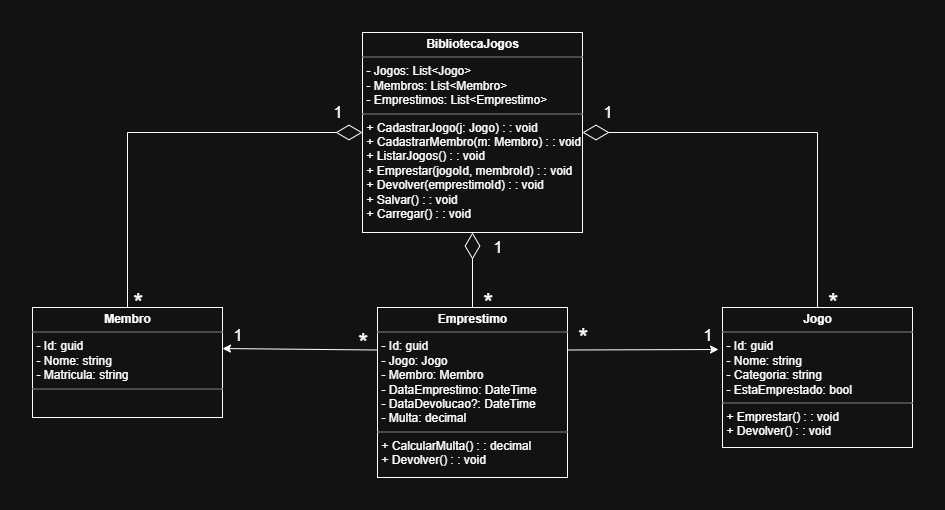
Before: Ludoteca/diagramas/Diagrama-Ludoteca.png, a diagram exported from draw.io (JuniorWSoares/Ludoteca-.Net). Source tidied: cells renumbered, new cells last; positions are measured from the earlier drawing's top-left corner, leaving out a move shared by most shapes. Its diagram source:
```xml
<mxGraphModel>
  <root>
    <mxCell id="0" />
    <mxCell id="1" parent="0" />
    <mxCell id="2" value="&lt;p style=&quot;margin:0px;margin-top:4px;text-align:center;&quot;&gt;&lt;b&gt;Jogo&lt;/b&gt;&lt;/p&gt;&lt;hr size=&quot;1&quot; style=&quot;border-style:solid;&quot;&gt;&lt;p style=&quot;margin:0px;margin-left:4px;&quot;&gt;- Id: guid&lt;/p&gt;&lt;p style=&quot;margin:0px;margin-left:4px;&quot;&gt;- Nome: string&lt;/p&gt;&lt;p style=&quot;margin:0px;margin-left:4px;&quot;&gt;- Categoria: string&lt;/p&gt;&lt;p style=&quot;margin:0px;margin-left:4px;&quot;&gt;- EstaEmprestado: bool&lt;/p&gt;&lt;hr size=&quot;1&quot; style=&quot;border-style:solid;&quot;&gt;&lt;p style=&quot;margin:0px;margin-left:4px;&quot;&gt;+ Emprestar() : : void&lt;br&gt;+ Devolver() : : void&lt;/p&gt;" style="verticalAlign=top;align=left;overflow=fill;html=1;whiteSpace=wrap;" parent="1" vertex="1">
      <mxGeometry x="690" y="275" width="190" height="140" as="geometry" />
    </mxCell>
    <mxCell id="3" value="&lt;p style=&quot;margin:0px;margin-top:4px;text-align:center;&quot;&gt;&lt;b&gt;Membro&lt;/b&gt;&lt;/p&gt;&lt;hr size=&quot;1&quot; style=&quot;border-style:solid;&quot;&gt;&lt;p style=&quot;margin:0px;margin-left:4px;&quot;&gt;- Id: guid&amp;nbsp; &amp;nbsp; &amp;nbsp; &amp;nbsp; &amp;nbsp;&lt;/p&gt;&lt;p style=&quot;margin:0px;margin-left:4px;&quot;&gt;- Nome: string&amp;nbsp; &amp;nbsp;&amp;nbsp;&lt;/p&gt;&lt;p style=&quot;margin:0px;margin-left:4px;&quot;&gt;- Matricula: string&lt;br&gt;&lt;/p&gt;&lt;hr size=&quot;1&quot; style=&quot;border-style:solid;&quot;&gt;&lt;p style=&quot;margin:0px;margin-left:4px;&quot;&gt;&lt;br&gt;&lt;/p&gt;" style="verticalAlign=top;align=left;overflow=fill;html=1;whiteSpace=wrap;" parent="1" vertex="1">
      <mxGeometry y="275" width="190" height="110" as="geometry" />
    </mxCell>
    <mxCell id="4" value="&lt;p style=&quot;margin:0px;margin-top:4px;text-align:center;&quot;&gt;&lt;b&gt;Emprestimo&lt;/b&gt;&lt;/p&gt;&lt;hr size=&quot;1&quot; style=&quot;border-style:solid;&quot;&gt;&lt;p style=&quot;margin:0px;margin-left:4px;&quot;&gt;- Id: guid&lt;span style=&quot;background-color: transparent; color: light-dark(rgb(0, 0, 0), rgb(255, 255, 255));&quot;&gt;&amp;nbsp; &amp;nbsp;&lt;/span&gt;&lt;/p&gt;&lt;p style=&quot;margin:0px;margin-left:4px;&quot;&gt;- Jogo: Jogo&amp;nbsp; &amp;nbsp; &amp;nbsp;&amp;nbsp;&lt;/p&gt;&lt;p style=&quot;margin:0px;margin-left:4px;&quot;&gt;- Membro: Membro&amp;nbsp;&amp;nbsp;&lt;/p&gt;&lt;p style=&quot;margin:0px;margin-left:4px;&quot;&gt;- DataEmprestimo: DateTime&amp;nbsp;&lt;/p&gt;&lt;p style=&quot;margin:0px;margin-left:4px;&quot;&gt;- DataDevolucao?: DateTime&amp;nbsp;&lt;/p&gt;&lt;p style=&quot;margin:0px;margin-left:4px;&quot;&gt;- Multa: decimal&amp;nbsp;&lt;/p&gt;&lt;hr size=&quot;1&quot; style=&quot;border-style:solid;&quot;&gt;&lt;p style=&quot;margin:0px;margin-left:4px;&quot;&gt;+ CalcularMulta() : : decimal&amp;nbsp;&lt;/p&gt;&lt;p style=&quot;margin:0px;margin-left:4px;&quot;&gt;+ Devolver() : : void&lt;/p&gt;" style="verticalAlign=top;align=left;overflow=fill;html=1;whiteSpace=wrap;" parent="1" vertex="1">
      <mxGeometry x="345" y="275" width="190" height="170" as="geometry" />
    </mxCell>
    <mxCell id="5" value="&lt;p style=&quot;margin:0px;margin-top:4px;text-align:center;&quot;&gt;&lt;b&gt;BibliotecaJogos&lt;/b&gt;&lt;/p&gt;&lt;hr size=&quot;1&quot; style=&quot;border-style:solid;&quot;&gt;&lt;p style=&quot;margin:0px;margin-left:4px;&quot;&gt;- Jogos: List&amp;lt;Jogo&amp;gt;&amp;nbsp;&lt;/p&gt;&lt;p style=&quot;margin:0px;margin-left:4px;&quot;&gt;- Membros: List&amp;lt;Membro&amp;gt;&amp;nbsp;&lt;/p&gt;&lt;p style=&quot;margin:0px;margin-left:4px;&quot;&gt;&lt;span style=&quot;background-color: transparent;&quot;&gt;- Emprestimos: List&amp;lt;Emprestimo&amp;gt;&lt;/span&gt;&lt;span style=&quot;background-color: transparent; color: light-dark(rgb(0, 0, 0), rgb(255, 255, 255));&quot;&gt;&amp;nbsp;&lt;/span&gt;&lt;/p&gt;&lt;hr size=&quot;1&quot; style=&quot;border-style:solid;&quot;&gt;&lt;p style=&quot;margin:0px;margin-left:4px;&quot;&gt;+ CadastrarJogo(j: Jogo) : : void&lt;/p&gt;&lt;p style=&quot;margin:0px;margin-left:4px;&quot;&gt;+ CadastrarMembro(m: Membro) : : void&lt;/p&gt;&lt;p style=&quot;margin:0px;margin-left:4px;&quot;&gt;+ ListarJogos() : : void&amp;nbsp;&lt;/p&gt;&lt;p style=&quot;margin:0px;margin-left:4px;&quot;&gt;+ Emprestar(jogoId, membroId) : : void&amp;nbsp;&lt;/p&gt;&lt;p style=&quot;margin:0px;margin-left:4px;&quot;&gt;+ Devolver(emprestimoId) : : void&amp;nbsp;&lt;/p&gt;&lt;p style=&quot;margin:0px;margin-left:4px;&quot;&gt;+ Salvar() : : void&amp;nbsp;&lt;/p&gt;&lt;p style=&quot;margin:0px;margin-left:4px;&quot;&gt;+ Carregar() : : void&lt;/p&gt;" style="verticalAlign=top;align=left;overflow=fill;html=1;whiteSpace=wrap;" parent="1" vertex="1">
      <mxGeometry x="330" width="220" height="200" as="geometry" />
    </mxCell>
    <mxCell id="6" style="edgeStyle=orthogonalEdgeStyle;rounded=0;orthogonalLoop=1;jettySize=auto;html=1;exitX=0.5;exitY=1;exitDx=0;exitDy=0;" parent="1" edge="1" source="5" target="5">
      <mxGeometry relative="1" as="geometry" />
    </mxCell>
    <mxCell id="7" style="edgeStyle=orthogonalEdgeStyle;rounded=0;orthogonalLoop=1;jettySize=auto;html=1;exitX=0.5;exitY=1;exitDx=0;exitDy=0;" parent="1" edge="1" source="5" target="5">
      <mxGeometry relative="1" as="geometry" />
    </mxCell>
    <mxCell id="8" style="edgeStyle=orthogonalEdgeStyle;rounded=0;orthogonalLoop=1;jettySize=auto;html=1;exitX=0.5;exitY=1;exitDx=0;exitDy=0;" parent="1" edge="1" source="5" target="5">
      <mxGeometry relative="1" as="geometry" />
    </mxCell>
    <mxCell id="9" style="endArrow=classic;html=1;rounded=0;exitX=0;exitY=0.25;exitDx=0;exitDy=0;entryX=1;entryY=0.373;entryDx=0;entryDy=0;entryPerimeter=0;" parent="1" edge="1" source="4" target="3">
      <mxGeometry relative="1" as="geometry" />
    </mxCell>
    <mxCell id="10" style="endArrow=classic;html=1;rounded=0;entryX=-0.021;entryY=0.3;entryDx=0;entryDy=0;exitX=1;exitY=0.25;exitDx=0;exitDy=0;entryPerimeter=0;" parent="1" edge="1" source="4" target="2">
      <mxGeometry relative="1" as="geometry" />
    </mxCell>
    <mxCell id="11" style="endArrow=diamondThin;endFill=0;endSize=24;html=1;rounded=0;entryX=0;entryY=0.5;entryDx=0;entryDy=0;exitX=0.5;exitY=0;exitDx=0;exitDy=0;" parent="1" edge="1" source="3" target="5">
      <mxGeometry relative="1" as="geometry">
        <Array as="points">
          <mxPoint x="95" y="100" />
        </Array>
      </mxGeometry>
    </mxCell>
    <mxCell id="12" style="endArrow=diamondThin;endFill=0;endSize=24;html=1;rounded=0;entryX=1;entryY=0.5;entryDx=0;entryDy=0;exitX=0.5;exitY=0;exitDx=0;exitDy=0;" parent="1" edge="1" source="2" target="5">
      <mxGeometry relative="1" as="geometry">
        <Array as="points">
          <mxPoint x="785" y="100" />
        </Array>
      </mxGeometry>
    </mxCell>
    <mxCell id="13" style="endArrow=diamondThin;endFill=0;endSize=24;html=1;rounded=0;entryX=0.5;entryY=1;entryDx=0;entryDy=0;exitX=0.5;exitY=0;exitDx=0;exitDy=0;" parent="1" edge="1" source="4" target="5">
      <mxGeometry relative="1" as="geometry" />
    </mxCell>
    <mxCell id="14" value="*" style="text;html=1;align=center;verticalAlign=middle;strokeColor=none;fillColor=none;fontSize=25;" parent="1" vertex="1">
      <mxGeometry x="785" y="248" width="30" height="40" as="geometry" />
    </mxCell>
    <mxCell id="15" value="*" style="text;html=1;align=center;verticalAlign=middle;strokeColor=none;fillColor=none;fontSize=25;" parent="1" vertex="1">
      <mxGeometry x="440" y="248" width="30" height="40" as="geometry" />
    </mxCell>
    <mxCell id="16" value="*" style="text;html=1;align=center;verticalAlign=middle;strokeColor=none;fillColor=none;fontSize=25;" parent="1" vertex="1">
      <mxGeometry x="90" y="248" width="30" height="40" as="geometry" />
    </mxCell>
    <mxCell id="17" value="1" style="text;html=1;align=center;verticalAlign=middle;strokeColor=none;fillColor=none;fontSize=17;" parent="1" vertex="1">
      <mxGeometry x="290" y="65" width="30" height="30" as="geometry" />
    </mxCell>
    <mxCell id="18" value="1" style="text;html=1;align=center;verticalAlign=middle;strokeColor=none;fillColor=none;fontSize=17;" parent="1" vertex="1">
      <mxGeometry x="660" y="288" width="30" height="30" as="geometry" />
    </mxCell>
    <mxCell id="19" value="*" style="text;html=1;align=center;verticalAlign=middle;strokeColor=none;fillColor=none;fontSize=25;" parent="1" vertex="1">
      <mxGeometry x="535" y="283" width="30" height="40" as="geometry" />
    </mxCell>
    <mxCell id="20" value="1" style="text;html=1;align=center;verticalAlign=middle;strokeColor=none;fillColor=none;fontSize=17;" parent="1" vertex="1">
      <mxGeometry x="560" y="65" width="30" height="30" as="geometry" />
    </mxCell>
    <mxCell id="21" value="1" style="text;html=1;align=center;verticalAlign=middle;strokeColor=none;fillColor=none;fontSize=17;" parent="1" vertex="1">
      <mxGeometry x="450" y="200" width="30" height="30" as="geometry" />
    </mxCell>
    <mxCell id="22" value="1" style="text;html=1;align=center;verticalAlign=middle;strokeColor=none;fillColor=none;fontSize=17;" parent="1" vertex="1">
      <mxGeometry x="190" y="288" width="30" height="30" as="geometry" />
    </mxCell>
    <mxCell id="23" value="*" style="text;html=1;align=center;verticalAlign=middle;strokeColor=none;fillColor=none;fontSize=25;" parent="1" vertex="1">
      <mxGeometry x="315" y="288" width="30" height="40" as="geometry" />
    </mxCell>
  </root>
</mxGraphModel>
```
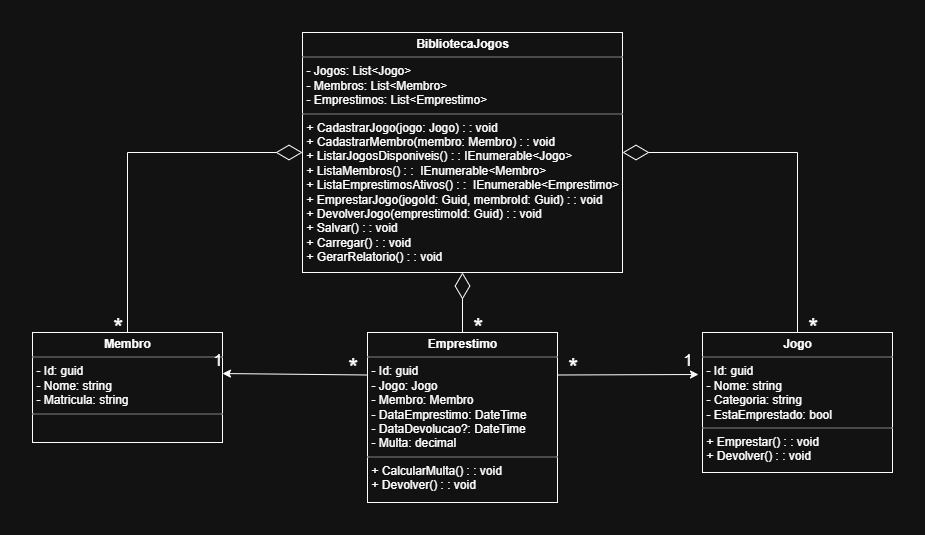
Above is the later version.

Commit message:
Atualiza o Diagrama da Ludoteca

Modificações no arquivo "Diagrama-Ludoteca.png"

Diff of the diagram source:
```diff
@@ -6,13 +6,13 @@
       <mxGeometry x="690" y="275" width="190" height="140" as="geometry" />
     </mxCell>
     <mxCell id="3" value="&lt;p style=&quot;margin:0px;margin-top:4px;text-align:center;&quot;&gt;&lt;b&gt;Membro&lt;/b&gt;&lt;/p&gt;&lt;hr size=&quot;1&quot; style=&quot;border-style:solid;&quot;&gt;&lt;p style=&quot;margin:0px;margin-left:4px;&quot;&gt;- Id: guid&amp;nbsp; &amp;nbsp; &amp;nbsp; &amp;nbsp; &amp;nbsp;&lt;/p&gt;&lt;p style=&quot;margin:0px;margin-left:4px;&quot;&gt;- Nome: string&amp;nbsp; &amp;nbsp;&amp;nbsp;&lt;/p&gt;&lt;p style=&quot;margin:0px;margin-left:4px;&quot;&gt;- Matricula: string&lt;br&gt;&lt;/p&gt;&lt;hr size=&quot;1&quot; style=&quot;border-style:solid;&quot;&gt;&lt;p style=&quot;margin:0px;margin-left:4px;&quot;&gt;&lt;br&gt;&lt;/p&gt;" style="verticalAlign=top;align=left;overflow=fill;html=1;whiteSpace=wrap;" parent="1" vertex="1">
-      <mxGeometry y="275" width="190" height="110" as="geometry" />
+      <mxGeometry x="20" y="275" width="190" height="110" as="geometry" />
     </mxCell>
-    <mxCell id="4" value="&lt;p style=&quot;margin:0px;margin-top:4px;text-align:center;&quot;&gt;&lt;b&gt;Emprestimo&lt;/b&gt;&lt;/p&gt;&lt;hr size=&quot;1&quot; style=&quot;border-style:solid;&quot;&gt;&lt;p style=&quot;margin:0px;margin-left:4px;&quot;&gt;- Id: guid&lt;span style=&quot;background-color: transparent; color: light-dark(rgb(0, 0, 0), rgb(255, 255, 255));&quot;&gt;&amp;nbsp; &amp;nbsp;&lt;/span&gt;&lt;/p&gt;&lt;p style=&quot;margin:0px;margin-left:4px;&quot;&gt;- Jogo: Jogo&amp;nbsp; &amp;nbsp; &amp;nbsp;&amp;nbsp;&lt;/p&gt;&lt;p style=&quot;margin:0px;margin-left:4px;&quot;&gt;- Membro: Membro&amp;nbsp;&amp;nbsp;&lt;/p&gt;&lt;p style=&quot;margin:0px;margin-left:4px;&quot;&gt;- DataEmprestimo: DateTime&amp;nbsp;&lt;/p&gt;&lt;p style=&quot;margin:0px;margin-left:4px;&quot;&gt;- DataDevolucao?: DateTime&amp;nbsp;&lt;/p&gt;&lt;p style=&quot;margin:0px;margin-left:4px;&quot;&gt;- Multa: decimal&amp;nbsp;&lt;/p&gt;&lt;hr size=&quot;1&quot; style=&quot;border-style:solid;&quot;&gt;&lt;p style=&quot;margin:0px;margin-left:4px;&quot;&gt;+ CalcularMulta() : : decimal&amp;nbsp;&lt;/p&gt;&lt;p style=&quot;margin:0px;margin-left:4px;&quot;&gt;+ Devolver() : : void&lt;/p&gt;" style="verticalAlign=top;align=left;overflow=fill;html=1;whiteSpace=wrap;" parent="1" vertex="1">
-      <mxGeometry x="345" y="275" width="190" height="170" as="geometry" />
+    <mxCell id="4" value="&lt;p style=&quot;margin:0px;margin-top:4px;text-align:center;&quot;&gt;&lt;b&gt;Emprestimo&lt;/b&gt;&lt;/p&gt;&lt;hr size=&quot;1&quot; style=&quot;border-style:solid;&quot;&gt;&lt;p style=&quot;margin:0px;margin-left:4px;&quot;&gt;- Id: guid&lt;span style=&quot;background-color: transparent; color: light-dark(rgb(0, 0, 0), rgb(255, 255, 255));&quot;&gt;&amp;nbsp; &amp;nbsp;&lt;/span&gt;&lt;/p&gt;&lt;p style=&quot;margin:0px;margin-left:4px;&quot;&gt;- Jogo: Jogo&amp;nbsp; &amp;nbsp; &amp;nbsp;&amp;nbsp;&lt;/p&gt;&lt;p style=&quot;margin:0px;margin-left:4px;&quot;&gt;- Membro: Membro&amp;nbsp;&amp;nbsp;&lt;/p&gt;&lt;p style=&quot;margin:0px;margin-left:4px;&quot;&gt;- DataEmprestimo: DateTime&amp;nbsp;&lt;/p&gt;&lt;p style=&quot;margin:0px;margin-left:4px;&quot;&gt;- DataDevolucao?: DateTime&amp;nbsp;&lt;/p&gt;&lt;p style=&quot;margin:0px;margin-left:4px;&quot;&gt;- Multa: decimal&amp;nbsp;&lt;/p&gt;&lt;hr size=&quot;1&quot; style=&quot;border-style:solid;&quot;&gt;&lt;p style=&quot;margin:0px;margin-left:4px;&quot;&gt;+ CalcularMulta() : : void&lt;/p&gt;&lt;p style=&quot;margin:0px;margin-left:4px;&quot;&gt;+ Devolver() : : void&lt;/p&gt;" style="verticalAlign=top;align=left;overflow=fill;html=1;whiteSpace=wrap;" parent="1" vertex="1">
+      <mxGeometry x="355" y="275" width="190" height="170" as="geometry" />
     </mxCell>
-    <mxCell id="5" value="&lt;p style=&quot;margin:0px;margin-top:4px;text-align:center;&quot;&gt;&lt;b&gt;BibliotecaJogos&lt;/b&gt;&lt;/p&gt;&lt;hr size=&quot;1&quot; style=&quot;border-style:solid;&quot;&gt;&lt;p style=&quot;margin:0px;margin-left:4px;&quot;&gt;- Jogos: List&amp;lt;Jogo&amp;gt;&amp;nbsp;&lt;/p&gt;&lt;p style=&quot;margin:0px;margin-left:4px;&quot;&gt;- Membros: List&amp;lt;Membro&amp;gt;&amp;nbsp;&lt;/p&gt;&lt;p style=&quot;margin:0px;margin-left:4px;&quot;&gt;&lt;span style=&quot;background-color: transparent;&quot;&gt;- Emprestimos: List&amp;lt;Emprestimo&amp;gt;&lt;/span&gt;&lt;span style=&quot;background-color: transparent; color: light-dark(rgb(0, 0, 0), rgb(255, 255, 255));&quot;&gt;&amp;nbsp;&lt;/span&gt;&lt;/p&gt;&lt;hr size=&quot;1&quot; style=&quot;border-style:solid;&quot;&gt;&lt;p style=&quot;margin:0px;margin-left:4px;&quot;&gt;+ CadastrarJogo(j: Jogo) : : void&lt;/p&gt;&lt;p style=&quot;margin:0px;margin-left:4px;&quot;&gt;+ CadastrarMembro(m: Membro) : : void&lt;/p&gt;&lt;p style=&quot;margin:0px;margin-left:4px;&quot;&gt;+ ListarJogos() : : void&amp;nbsp;&lt;/p&gt;&lt;p style=&quot;margin:0px;margin-left:4px;&quot;&gt;+ Emprestar(jogoId, membroId) : : void&amp;nbsp;&lt;/p&gt;&lt;p style=&quot;margin:0px;margin-left:4px;&quot;&gt;+ Devolver(emprestimoId) : : void&amp;nbsp;&lt;/p&gt;&lt;p style=&quot;margin:0px;margin-left:4px;&quot;&gt;+ Salvar() : : void&amp;nbsp;&lt;/p&gt;&lt;p style=&quot;margin:0px;margin-left:4px;&quot;&gt;+ Carregar() : : void&lt;/p&gt;" style="verticalAlign=top;align=left;overflow=fill;html=1;whiteSpace=wrap;" parent="1" vertex="1">
-      <mxGeometry x="330" width="220" height="200" as="geometry" />
+    <mxCell id="5" value="&lt;p style=&quot;margin:0px;margin-top:4px;text-align:center;&quot;&gt;&lt;b&gt;BibliotecaJogos&lt;/b&gt;&lt;/p&gt;&lt;hr size=&quot;1&quot; style=&quot;border-style:solid;&quot;&gt;&lt;p style=&quot;margin:0px;margin-left:4px;&quot;&gt;- Jogos: List&amp;lt;Jogo&amp;gt;&amp;nbsp;&lt;/p&gt;&lt;p style=&quot;margin:0px;margin-left:4px;&quot;&gt;- Membros: List&amp;lt;Membro&amp;gt;&amp;nbsp;&lt;/p&gt;&lt;p style=&quot;margin:0px;margin-left:4px;&quot;&gt;&lt;span style=&quot;background-color: transparent;&quot;&gt;- Emprestimos: List&amp;lt;Emprestimo&amp;gt;&lt;/span&gt;&lt;span style=&quot;background-color: transparent; color: light-dark(rgb(0, 0, 0), rgb(255, 255, 255));&quot;&gt;&amp;nbsp;&lt;/span&gt;&lt;/p&gt;&lt;hr size=&quot;1&quot; style=&quot;border-style:solid;&quot;&gt;&lt;p style=&quot;margin:0px;margin-left:4px;&quot;&gt;+ CadastrarJogo(jogo: Jogo) : : void&lt;/p&gt;&lt;p style=&quot;margin:0px;margin-left:4px;&quot;&gt;+ CadastrarMembro(membro: Membro) : : void&lt;/p&gt;&lt;p style=&quot;margin:0px;margin-left:4px;&quot;&gt;+ ListarJogosDisponiveis() : : IEnumerable&amp;lt;Jogo&amp;gt;&lt;/p&gt;&lt;p style=&quot;margin:0px;margin-left:4px;&quot;&gt;+ ListaMembros() : :&amp;nbsp;&lt;span style=&quot;background-color: transparent; color: light-dark(rgb(0, 0, 0), rgb(255, 255, 255));&quot;&gt;&amp;nbsp;&lt;/span&gt;&lt;span style=&quot;background-color: transparent; color: light-dark(rgb(0, 0, 0), rgb(255, 255, 255));&quot;&gt;IEnumerable&amp;lt;Membro&amp;gt;&lt;/span&gt;&lt;/p&gt;&lt;p style=&quot;margin:0px;margin-left:4px;&quot;&gt;+ ListaEmprestimosAtivos() : :&amp;nbsp;&lt;span style=&quot;background-color: transparent; color: light-dark(rgb(0, 0, 0), rgb(255, 255, 255));&quot;&gt;&amp;nbsp;&lt;/span&gt;&lt;span style=&quot;background-color: transparent; color: light-dark(rgb(0, 0, 0), rgb(255, 255, 255));&quot;&gt;IEnumerable&amp;lt;Emprestimo&amp;gt;&lt;/span&gt;&lt;/p&gt;&lt;p style=&quot;margin:0px;margin-left:4px;&quot;&gt;+ EmprestarJogo(jogoId: Guid, membroId: Guid) : : void&amp;nbsp;&lt;/p&gt;&lt;p style=&quot;margin:0px;margin-left:4px;&quot;&gt;+ DevolverJogo(emprestimoId: Guid) : : void&amp;nbsp;&lt;/p&gt;&lt;p style=&quot;margin:0px;margin-left:4px;&quot;&gt;+ Salvar() : : void&amp;nbsp;&lt;/p&gt;&lt;p style=&quot;margin:0px;margin-left:4px;&quot;&gt;+ Carregar() : : void&lt;/p&gt;&lt;p style=&quot;margin:0px;margin-left:4px;&quot;&gt;+ GerarRelatorio() : : void&lt;/p&gt;" style="verticalAlign=top;align=left;overflow=fill;html=1;whiteSpace=wrap;" parent="1" vertex="1">
+      <mxGeometry x="290" y="-25" width="320" height="240" as="geometry" />
     </mxCell>
     <mxCell id="6" style="edgeStyle=orthogonalEdgeStyle;rounded=0;orthogonalLoop=1;jettySize=auto;html=1;exitX=0.5;exitY=1;exitDx=0;exitDy=0;" parent="1" edge="1" source="5" target="5">
       <mxGeometry relative="1" as="geometry" />
@@ -32,14 +32,14 @@
     <mxCell id="11" style="endArrow=diamondThin;endFill=0;endSize=24;html=1;rounded=0;entryX=0;entryY=0.5;entryDx=0;entryDy=0;exitX=0.5;exitY=0;exitDx=0;exitDy=0;" parent="1" edge="1" source="3" target="5">
       <mxGeometry relative="1" as="geometry">
         <Array as="points">
-          <mxPoint x="95" y="100" />
+          <mxPoint x="115" y="95" />
         </Array>
       </mxGeometry>
     </mxCell>
     <mxCell id="12" style="endArrow=diamondThin;endFill=0;endSize=24;html=1;rounded=0;entryX=1;entryY=0.5;entryDx=0;entryDy=0;exitX=0.5;exitY=0;exitDx=0;exitDy=0;" parent="1" edge="1" source="2" target="5">
       <mxGeometry relative="1" as="geometry">
         <Array as="points">
-          <mxPoint x="785" y="100" />
+          <mxPoint x="785" y="95" />
         </Array>
       </mxGeometry>
     </mxCell>
@@ -50,31 +50,22 @@
       <mxGeometry x="785" y="248" width="30" height="40" as="geometry" />
     </mxCell>
     <mxCell id="15" value="*" style="text;html=1;align=center;verticalAlign=middle;strokeColor=none;fillColor=none;fontSize=25;" parent="1" vertex="1">
-      <mxGeometry x="440" y="248" width="30" height="40" as="geometry" />
+      <mxGeometry x="450" y="248" width="30" height="40" as="geometry" />
     </mxCell>
     <mxCell id="16" value="*" style="text;html=1;align=center;verticalAlign=middle;strokeColor=none;fillColor=none;fontSize=25;" parent="1" vertex="1">
       <mxGeometry x="90" y="248" width="30" height="40" as="geometry" />
     </mxCell>
-    <mxCell id="17" value="1" style="text;html=1;align=center;verticalAlign=middle;strokeColor=none;fillColor=none;fontSize=17;" parent="1" vertex="1">
-      <mxGeometry x="290" y="65" width="30" height="30" as="geometry" />
-    </mxCell>
     <mxCell id="18" value="1" style="text;html=1;align=center;verticalAlign=middle;strokeColor=none;fillColor=none;fontSize=17;" parent="1" vertex="1">
       <mxGeometry x="660" y="288" width="30" height="30" as="geometry" />
     </mxCell>
-    <mxCell id="19" value="*" style="text;html=1;align=center;verticalAlign=middle;strokeColor=none;fillColor=none;fontSize=25;" parent="1" vertex="1">
-      <mxGeometry x="535" y="283" width="30" height="40" as="geometry" />
-    </mxCell>
-    <mxCell id="20" value="1" style="text;html=1;align=center;verticalAlign=middle;strokeColor=none;fillColor=none;fontSize=17;" parent="1" vertex="1">
-      <mxGeometry x="560" y="65" width="30" height="30" as="geometry" />
-    </mxCell>
-    <mxCell id="21" value="1" style="text;html=1;align=center;verticalAlign=middle;strokeColor=none;fillColor=none;fontSize=17;" parent="1" vertex="1">
-      <mxGeometry x="450" y="200" width="30" height="30" as="geometry" />
-    </mxCell>
     <mxCell id="22" value="1" style="text;html=1;align=center;verticalAlign=middle;strokeColor=none;fillColor=none;fontSize=17;" parent="1" vertex="1">
       <mxGeometry x="190" y="288" width="30" height="30" as="geometry" />
     </mxCell>
     <mxCell id="23" value="*" style="text;html=1;align=center;verticalAlign=middle;strokeColor=none;fillColor=none;fontSize=25;" parent="1" vertex="1">
-      <mxGeometry x="315" y="288" width="30" height="40" as="geometry" />
+      <mxGeometry x="325" y="288" width="30" height="40" as="geometry" />
     </mxCell>
+    <mxCell id="19" value="&lt;font style=&quot;font-size: 25px;&quot;&gt;*&lt;/font&gt;" style="text;html=1;align=center;verticalAlign=middle;strokeColor=none;fillColor=none;" parent="1" vertex="1">
+      <mxGeometry x="545" y="288" width="30" height="40" as="geometry" />
+    </mxCell>
   </root>
 </mxGraphModel>
```
